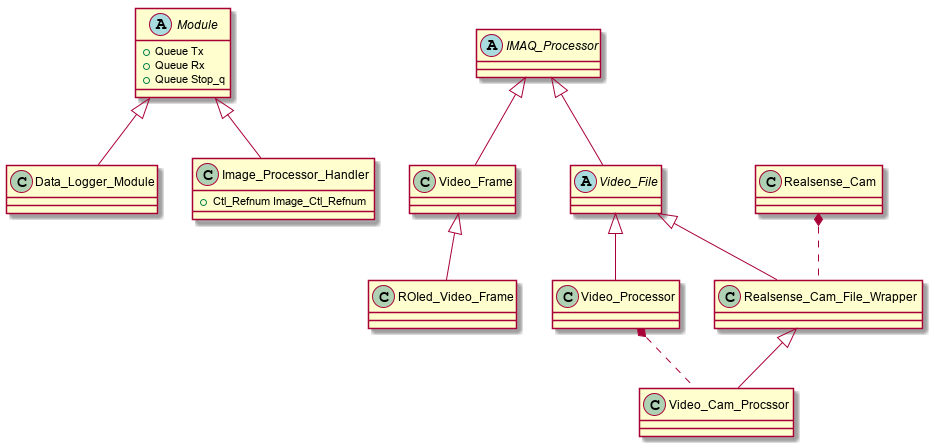
The PlantUML diagram LabVIEW/Projects/Paul's Video Viewer/Documentation/Module Breakdown.png in aaron-jencks/emerson_seed_object_detection, before a commit. The source it was exported from:
```plantuml
@startuml

abstract class Module{
    {field} +Queue Tx
    {field} +Queue Rx
    {field} +Queue Stop_q
}

class Data_Logger_Module{
}

Module <|-- Data_Logger_Module

class Image_Processor_Handler{
    {field} +Ctl_Refnum Image_Ctl_Refnum
}

Module <|-- Image_Processor_Handler


abstract class IMAQ_Processor{
}

class Video_Frame{
}

IMAQ_Processor <|-- Video_Frame

class ROIed_Video_Frame{
}

Video_Frame <|-- ROIed_Video_Frame

abstract class Video_File{
}

IMAQ_Processor <|-- Video_File

class Video_Processor{
}

Video_File <|-- Video_Processor

class Realsense_Cam{
}

class Realsense_Cam_File_Wrapper{
}

Realsense_Cam *.. Realsense_Cam_File_Wrapper
Video_File <|-- Realsense_Cam_File_Wrapper

class Video_Cam_Procssor{
}

Realsense_Cam_File_Wrapper <|-- Video_Cam_Procssor
Video_Processor *.. Video_Cam_Procssor

@enduml
```
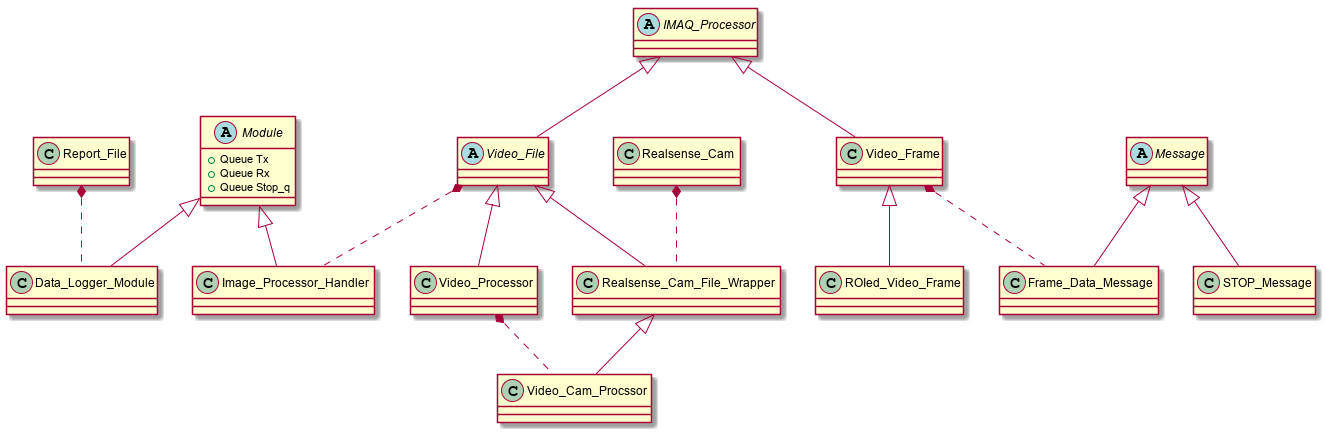
After the commit.

Diff of the diagram source:
```diff
@@ -6,16 +6,14 @@
     {field} +Queue Stop_q
 }
 
+class Report_File{
+}
+
 class Data_Logger_Module{
 }
 
 Module <|-- Data_Logger_Module
-
-class Image_Processor_Handler{
-    {field} +Ctl_Refnum Image_Ctl_Refnum
-}
-
-Module <|-- Image_Processor_Handler
+Report_File *.. Data_Logger_Module
 
 
 abstract class IMAQ_Processor{
@@ -35,6 +33,12 @@
 }
 
 IMAQ_Processor <|-- Video_File
+
+class Image_Processor_Handler{
+}
+
+Module <|-- Image_Processor_Handler
+Video_File *.. Image_Processor_Handler
 
 class Video_Processor{
 }
@@ -56,4 +60,18 @@
 Realsense_Cam_File_Wrapper <|-- Video_Cam_Procssor
 Video_Processor *.. Video_Cam_Procssor
 
+abstract class Message{
+}
+
+class STOP_Message{
+}
+
+Message <|-- STOP_Message
+
+class Frame_Data_Message{
+}
+
+Message <|-- Frame_Data_Message
+Video_Frame *.. Frame_Data_Message
+
 @enduml
```
